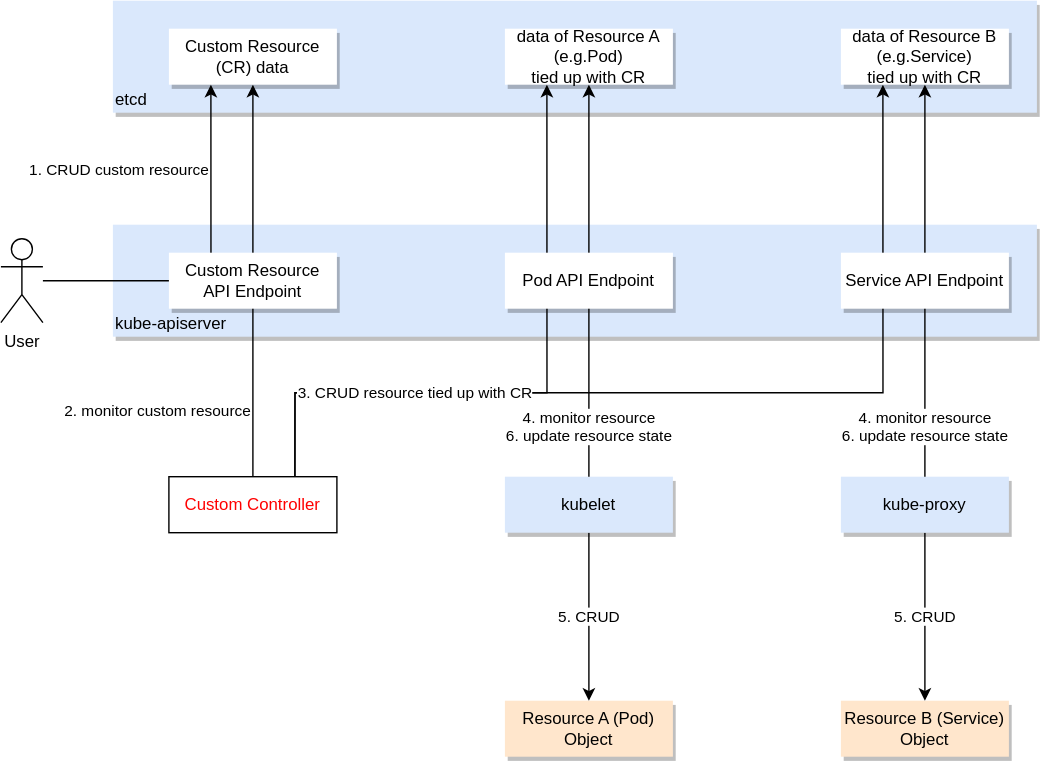
This is Kubernetes/images/custom-controller.drawio.svg from k-makino-jp/sandbox, a draw.io export, as it was before one commit. Source tidied: cells renumbered, new cells last; positions are measured from the earlier drawing's top-left corner, leaving out a move shared by most shapes.
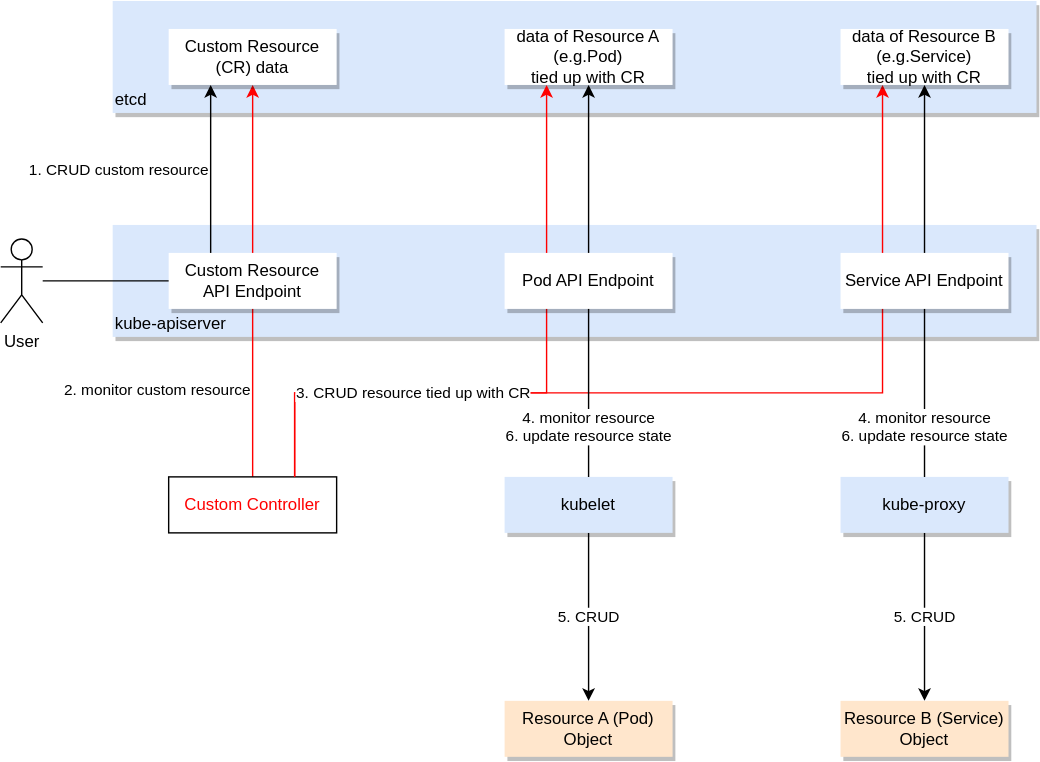
After the change.

Change to the diagram source:
```diff
@@ -11,10 +11,10 @@
     <mxCell id="4" value="User" style="shape=umlActor;verticalLabelPosition=bottom;verticalAlign=top;html=1;outlineConnect=0;" parent="1" vertex="1">
       <mxGeometry y="170" width="30" height="60" as="geometry" />
     </mxCell>
-    <mxCell id="5" value="2. monitor custom resource" style="edgeStyle=orthogonalEdgeStyle;rounded=0;jettySize=auto;html=1;exitX=0.5;exitY=0;exitDx=0;exitDy=0;entryX=0.5;entryY=1;entryDx=0;entryDy=0;align=right;verticalAlign=top;spacingTop=80;" parent="1" edge="1" source="7" target="8">
+    <mxCell id="5" value="2. monitor custom resource" style="edgeStyle=orthogonalEdgeStyle;rounded=0;jettySize=auto;html=1;exitX=0.5;exitY=0;exitDx=0;exitDy=0;entryX=0.5;entryY=1;entryDx=0;entryDy=0;align=right;verticalAlign=top;spacingTop=65;strokeColor=#FF0000;" parent="1" edge="1" source="7" target="8">
       <mxGeometry relative="1" as="geometry" />
     </mxCell>
-    <mxCell id="6" style="edgeStyle=orthogonalEdgeStyle;rounded=0;jettySize=auto;html=1;exitX=0.75;exitY=0;exitDx=0;exitDy=0;entryX=0.25;entryY=1;entryDx=0;entryDy=0;align=left;verticalAlign=top;" parent="1" edge="1" source="7" target="12">
+    <mxCell id="6" style="edgeStyle=orthogonalEdgeStyle;rounded=0;jettySize=auto;html=1;exitX=0.75;exitY=0;exitDx=0;exitDy=0;entryX=0.25;entryY=1;entryDx=0;entryDy=0;align=left;verticalAlign=top;strokeColor=#FF0000;" parent="1" edge="1" source="7" target="12">
       <mxGeometry relative="1" as="geometry">
         <Array as="points">
           <mxPoint x="210" y="280" />
@@ -52,7 +52,7 @@
     <mxCell id="16" value="kube-proxy" style="rounded=0;whiteSpace=wrap;html=1;fillColor=#dae8fc;shadow=1;strokeColor=none;" parent="1" vertex="1">
       <mxGeometry x="600" y="340" width="120" height="40" as="geometry" />
     </mxCell>
-    <mxCell id="17" value="3. CRUD resource tied up with CR" style="edgeStyle=orthogonalEdgeStyle;rounded=0;jettySize=auto;html=1;exitX=0.75;exitY=0;exitDx=0;exitDy=0;entryX=0.25;entryY=1;entryDx=0;entryDy=0;verticalAlign=middle;align=right;" parent="1" edge="1" source="7" target="9">
+    <mxCell id="17" value="3. CRUD resource tied up with CR" style="edgeStyle=orthogonalEdgeStyle;rounded=0;jettySize=auto;html=1;exitX=0.75;exitY=0;exitDx=0;exitDy=0;entryX=0.25;entryY=1;entryDx=0;entryDy=0;verticalAlign=middle;align=right;strokeColor=#FF0000;" parent="1" edge="1" source="7" target="9">
       <mxGeometry relative="1" as="geometry">
         <Array as="points">
           <mxPoint x="210" y="280" />
```
